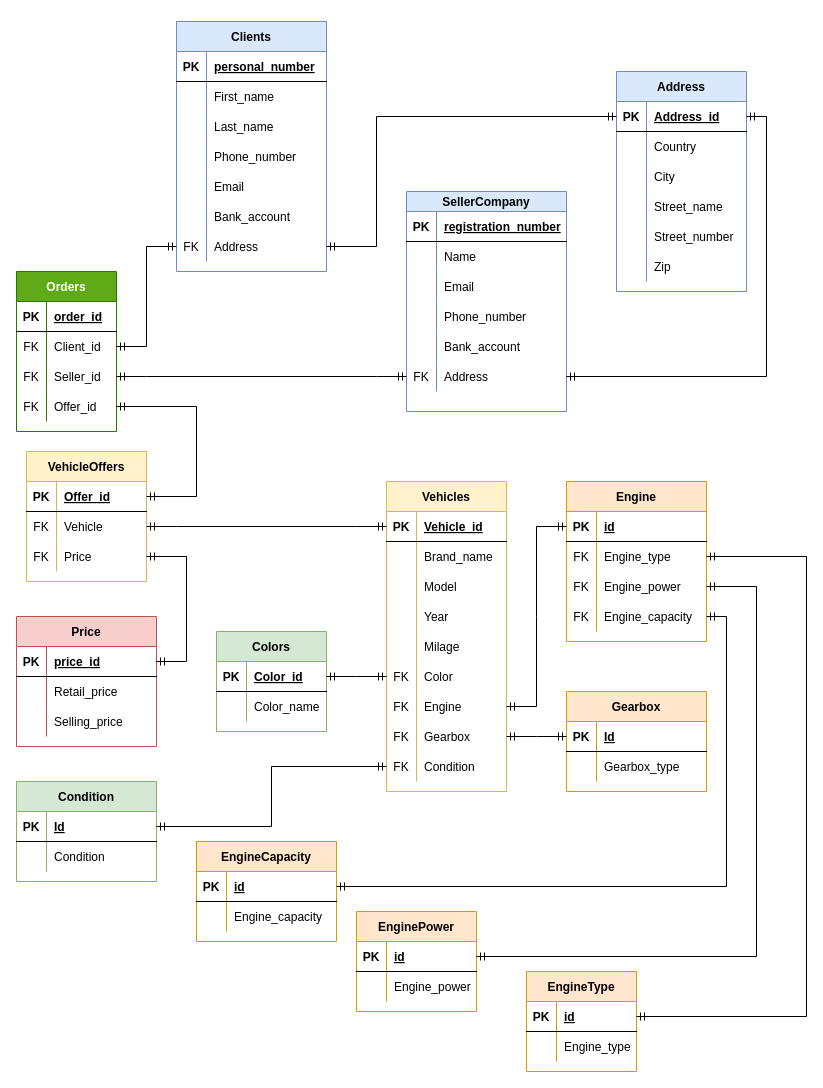
The draw.io diagram page "Page-1" (1 of 2) of Car Marketplace.drawio in kstekels/Car-Marketplace, before the edit. Source tidied: cells renumbered, new cells numbered last; positions are measured from the earlier drawing's top-left corner, leaving out a move shared by most shapes. Both pictures are drawn from the tidied source at 100%, with x=0, y=0 at pixel (16, 21).
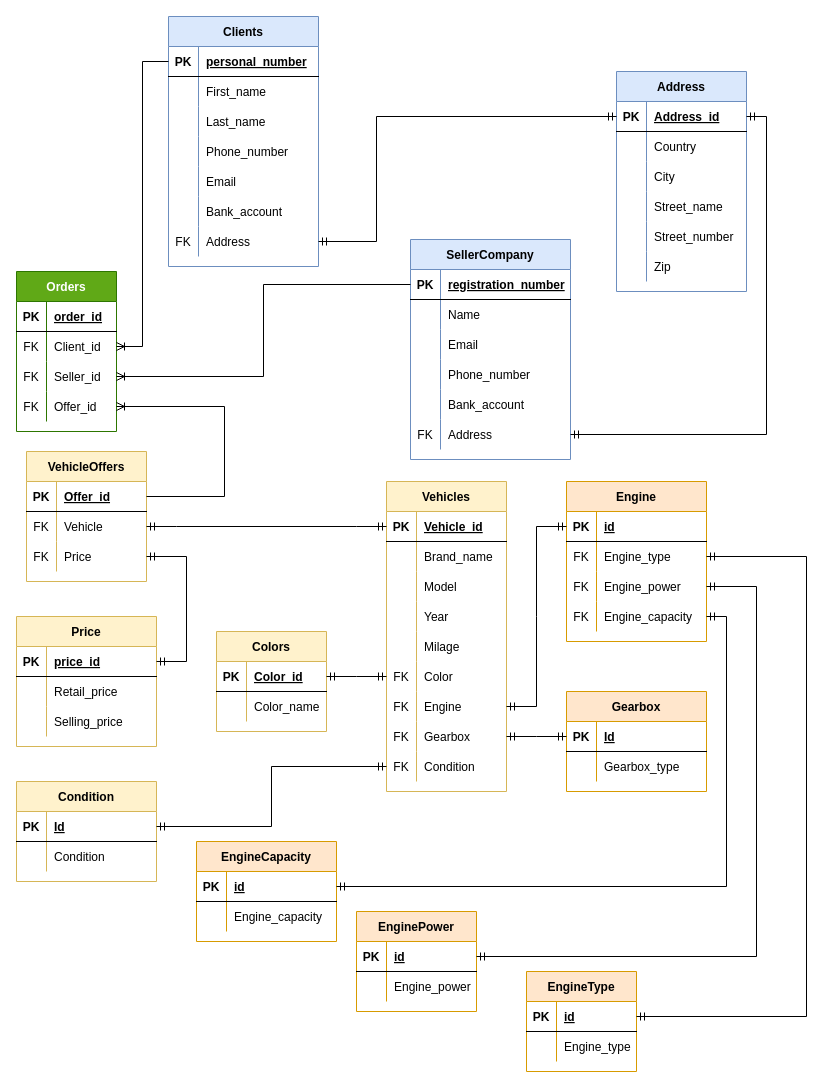
Above is the later version.

Unchanged cells that the change refers to:
```xml
<mxCell id="41" style="shape=partialRectangle;fillColor=none;top=0;left=0;bottom=1;right=0;points=[[0,0.5],[1,0.5]];portConstraint=eastwest;" parent="40" vertex="1">
  <mxGeometry y="30" width="150" height="30" as="geometry" />
</mxCell>
<mxCell id="59" style="shape=partialRectangle;fillColor=none;top=0;left=0;bottom=0;right=0;points=[[0,0.5],[1,0.5]];portConstraint=eastwest;" parent="40" vertex="1">
  <mxGeometry y="210" width="150" height="30" as="geometry" />
</mxCell>
<mxCell id="63" style="shape=partialRectangle;fillColor=none;top=0;left=0;bottom=1;right=0;points=[[0,0.5],[1,0.5]];portConstraint=eastwest;" parent="62" vertex="1">
  <mxGeometry y="30" width="120" height="30" as="geometry" />
</mxCell>
<mxCell id="178" style="shape=partialRectangle;fillColor=none;top=0;left=0;bottom=0;right=0;points=[[0,0.5],[1,0.5]];portConstraint=eastwest;" parent="174" vertex="1">
  <mxGeometry y="60" width="100" height="30" as="geometry" />
</mxCell>
<mxCell id="181" style="shape=partialRectangle;fillColor=none;top=0;left=0;bottom=0;right=0;points=[[0,0.5],[1,0.5]];portConstraint=eastwest;" parent="174" vertex="1">
  <mxGeometry y="90" width="100" height="30" as="geometry" />
</mxCell>
<mxCell id="184" style="shape=partialRectangle;fillColor=none;top=0;left=0;bottom=0;right=0;points=[[0,0.5],[1,0.5]];portConstraint=eastwest;" parent="174" vertex="1">
  <mxGeometry y="120" width="100" height="30" as="geometry" />
</mxCell>
```

The edit, as a diff of the source:
```diff
@@
-    <mxCell id="2" value="SellerCompany" style="shape=table;startSize=20;childLayout=tableLayout;rowLines=0;fontStyle=1;align=center;fillColor=#dae8fc;strokeColor=#6c8ebf;" parent="1" vertex="1">
-      <mxGeometry x="390" y="170" width="160" height="220" as="geometry" />
+    <mxCell id="2" value="SellerCompany" style="shape=table;startSize=30;childLayout=tableLayout;rowLines=0;fontStyle=1;align=center;fillColor=#dae8fc;strokeColor=#6c8ebf;" parent="1" vertex="1">
+      <mxGeometry x="394" y="218" width="160" height="220" as="geometry" />
     </mxCell>
     <mxCell id="3" style="shape=partialRectangle;fillColor=none;top=0;left=0;bottom=1;right=0;points=[[0,0.5],[1,0.5]];portConstraint=eastwest;" parent="2" vertex="1">
-      <mxGeometry y="20" width="160" height="30" as="geometry" />
+      <mxGeometry y="30" width="160" height="30" as="geometry" />
     </mxCell>
@@
     <mxCell id="6" style="shape=partialRectangle;fillColor=none;top=0;left=0;bottom=0;right=0;" parent="2" vertex="1">
-      <mxGeometry y="50" width="160" height="30" as="geometry" />
+      <mxGeometry y="60" width="160" height="30" as="geometry" />
     </mxCell>
@@
     <mxCell id="9" style="shape=partialRectangle;fillColor=none;top=0;left=0;bottom=0;right=0;" parent="2" vertex="1">
-      <mxGeometry y="80" width="160" height="30" as="geometry" />
+      <mxGeometry y="90" width="160" height="30" as="geometry" />
     </mxCell>
@@
     <mxCell id="12" style="shape=partialRectangle;fillColor=none;top=0;left=0;bottom=0;right=0;" parent="2" vertex="1">
-      <mxGeometry y="110" width="160" height="30" as="geometry" />
+      <mxGeometry y="120" width="160" height="30" as="geometry" />
     </mxCell>
@@
     <mxCell id="15" style="shape=partialRectangle;fillColor=none;top=0;left=0;bottom=0;right=0;" parent="2" vertex="1">
-      <mxGeometry y="140" width="160" height="30" as="geometry" />
+      <mxGeometry y="150" width="160" height="30" as="geometry" />
     </mxCell>
@@
     <mxCell id="18" style="shape=partialRectangle;fillColor=none;top=0;left=0;bottom=0;right=0;points=[[0,0.5],[1,0.5]];portConstraint=eastwest;" parent="2" vertex="1">
-      <mxGeometry y="170" width="160" height="30" as="geometry" />
+      <mxGeometry y="180" width="160" height="30" as="geometry" />
     </mxCell>
@@
     <mxCell id="40" value="Clients" style="shape=table;startSize=30;childLayout=tableLayout;rowLines=0;fontStyle=1;align=center;fillColor=#dae8fc;strokeColor=#6c8ebf;" parent="1" vertex="1">
-      <mxGeometry x="160" width="150" height="250" as="geometry" />
+      <mxGeometry x="152" y="-5" width="150" height="250" as="geometry" />
     </mxCell>
@@
-    <mxCell id="100" value="Colors" style="shape=table;startSize=30;childLayout=tableLayout;rowLines=0;fontStyle=1;align=center;fillColor=#d5e8d4;strokeColor=#82b366;" parent="1" vertex="1">
+    <mxCell id="100" value="Colors" style="shape=table;startSize=30;childLayout=tableLayout;rowLines=0;fontStyle=1;align=center;fillColor=#fff2cc;strokeColor=#d6b656;" parent="1" vertex="1">
       <mxGeometry x="200" y="610" width="110" height="100" as="geometry" />
     </mxCell>
@@
-    <mxCell id="155" value="Condition" style="shape=table;startSize=30;childLayout=tableLayout;rowLines=0;fontStyle=1;align=center;fillColor=#d5e8d4;strokeColor=#82b366;" parent="1" vertex="1">
+    <mxCell id="155" value="Condition" style="shape=table;startSize=30;childLayout=tableLayout;rowLines=0;fontStyle=1;align=center;fillColor=#fff2cc;strokeColor=#d6b656;" parent="1" vertex="1">
       <mxGeometry y="760" width="140" height="100" as="geometry" />
     </mxCell>
@@
-    <mxCell id="163" value="Price" style="shape=table;startSize=30;childLayout=tableLayout;rowLines=0;fontStyle=1;align=center;fillColor=#f8cecc;strokeColor=#b85450;" parent="1" vertex="1">
+    <mxCell id="163" value="Price" style="shape=table;startSize=30;childLayout=tableLayout;rowLines=0;fontStyle=1;align=center;fillColor=#fff2cc;strokeColor=#d6b656;" parent="1" vertex="1">
       <mxGeometry y="595" width="140" height="130" as="geometry" />
     </mxCell>
@@
-    <mxCell id="187" style="edgeStyle=elbowEdgeStyle;fontSize=12;html=1;endArrow=ERmandOne;startArrow=ERmandOne;rounded=0;entryX=1;entryY=0.5;entryDx=0;entryDy=0;exitX=1;exitY=0.5;exitDx=0;exitDy=0;" parent="1" edge="1" source="63" target="184">
-      <mxGeometry relative="1" as="geometry">
-        <Array as="points">
-          <mxPoint x="180" y="390" />
-        </Array>
-      </mxGeometry>
-    </mxCell>
@@
-    <mxCell id="190" style="edgeStyle=entityRelationEdgeStyle;fontSize=12;html=1;endArrow=ERmandOne;startArrow=ERmandOne;rounded=0;" parent="1" edge="1" source="181" target="18">
-      <mxGeometry relative="1" as="geometry" />
-    </mxCell>
-    <mxCell id="191" style="edgeStyle=elbowEdgeStyle;fontSize=12;html=1;endArrow=ERmandOne;startArrow=ERmandOne;rounded=0;" parent="1" edge="1" source="178" target="59">
-      <mxGeometry relative="1" as="geometry" />
-    </mxCell>
+    <mxCell id="192" style="edgeStyle=elbowEdgeStyle;fontSize=12;html=1;endArrow=ERoneToMany;rounded=0;" parent="1" edge="1" source="41" target="178">
+      <mxGeometry relative="1" as="geometry" />
+    </mxCell>
+    <mxCell id="193" style="edgeStyle=elbowEdgeStyle;fontSize=12;html=1;endArrow=ERoneToMany;rounded=0;" parent="1" edge="1" source="3" target="181">
+      <mxGeometry relative="1" as="geometry" />
+    </mxCell>
+    <mxCell id="187" style="edgeStyle=elbowEdgeStyle;fontSize=12;html=1;endArrow=ERoneToMany;rounded=0;" parent="1" edge="1" source="63" target="184">
+      <mxGeometry relative="1" as="geometry">
+        <Array as="points">
+          <mxPoint x="208" y="417" />
+        </Array>
+      </mxGeometry>
+    </mxCell>
```
